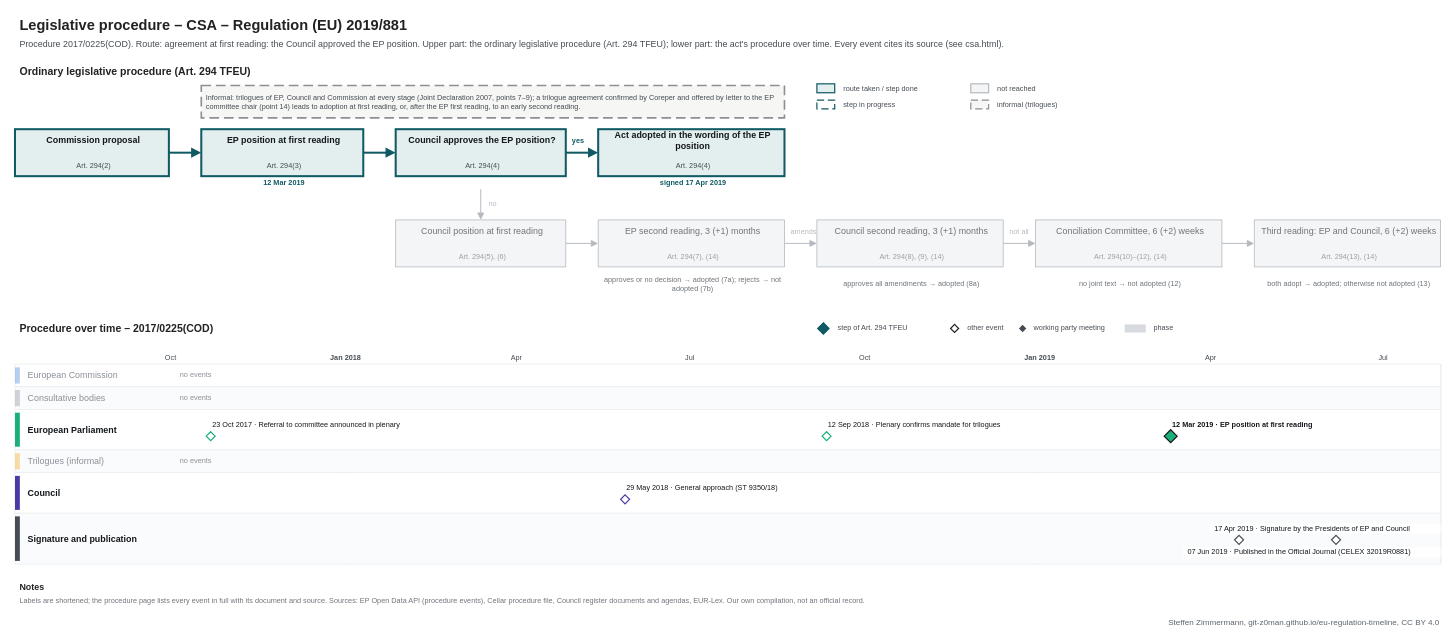
git-z0man/eu-regulation-timeline keeps this draw.io diagram as procedures/csa.drawio. Above is the earlier version. Source tidied: cells renumbered, new cells numbered last; positions are measured from the earlier drawing's top-left corner, leaving out a move shared by most shapes. Both pictures are drawn from the tidied source at 81%, with x=0, y=0 at pixel (15, 14).
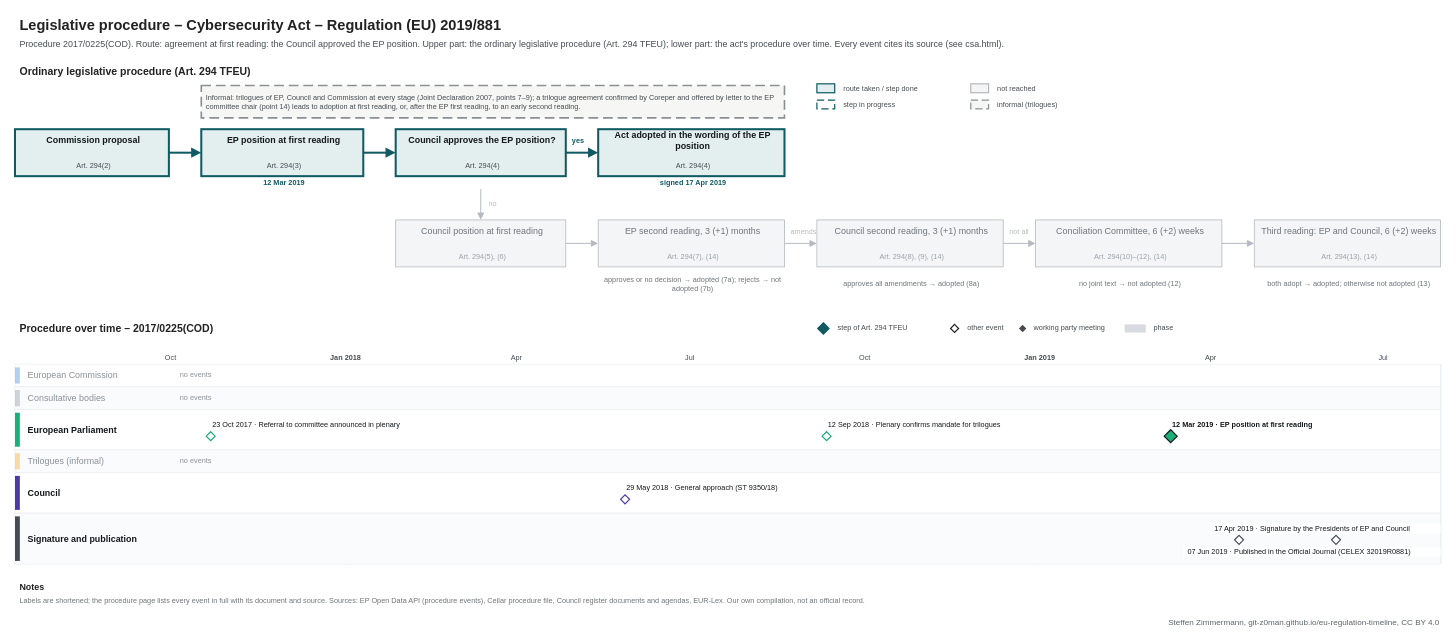
Above is the later version.

Diff of the diagram source:
```diff
@@
-    <mxCell id="2" value="Legislative procedure – CSA – Regulation (EU) 2019/881" style="text;html=1;fontSize=18;fontColor=#222222;align=left;verticalAlign=middle;spacingLeft=4;fontStyle=1;" parent="1" vertex="1">
+    <mxCell id="2" value="Legislative procedure – Cybersecurity Act – Regulation (EU) 2019/881" style="text;html=1;fontSize=18;fontColor=#222222;align=left;verticalAlign=middle;spacingLeft=4;fontStyle=1;" parent="1" vertex="1">
       <mxGeometry width="1600" height="28" as="geometry" />
     </mxCell>
```
